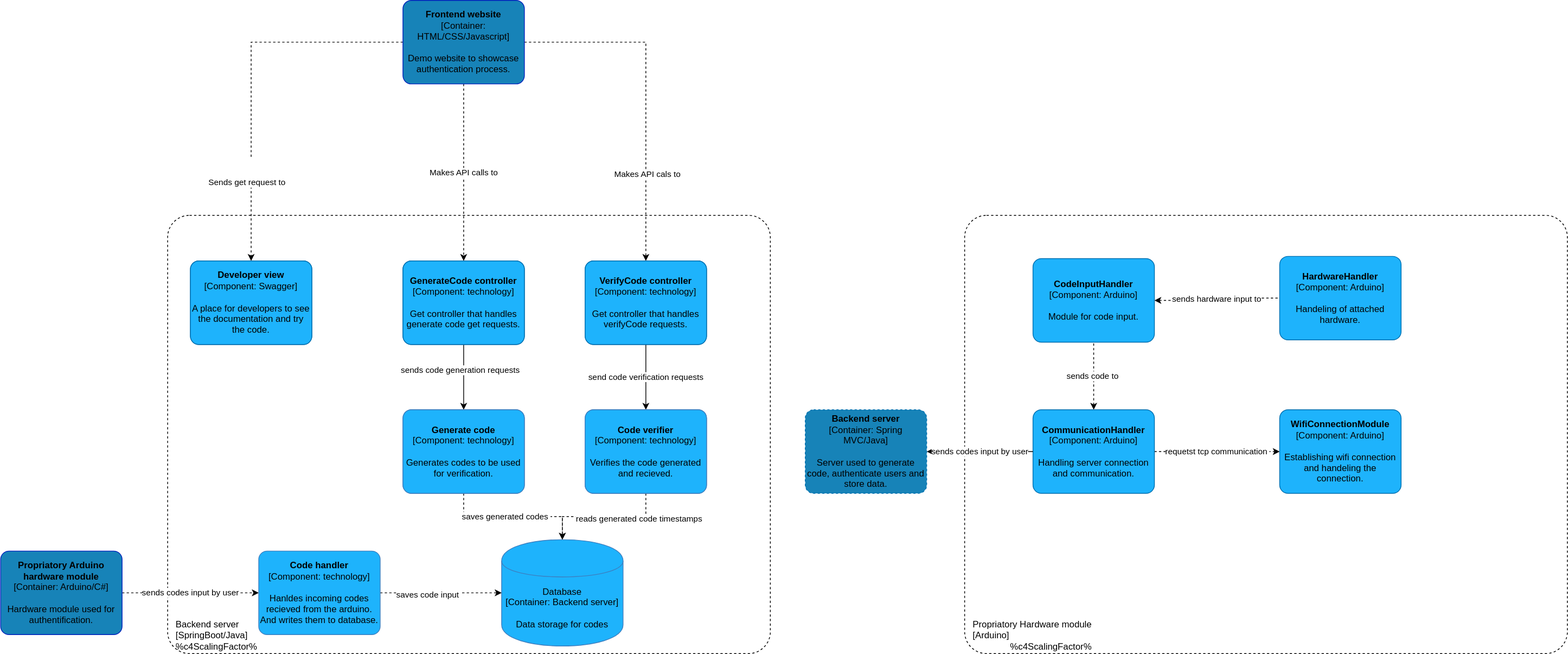
This is c4-diagrams/C3 - Component diagram.svg from 2nd-factor/docs, a draw.io export, as it was before one commit. Source tidied: cells renumbered, new cells last; positions are measured from the earlier drawing's top-left corner, leaving out a move shared by most shapes.
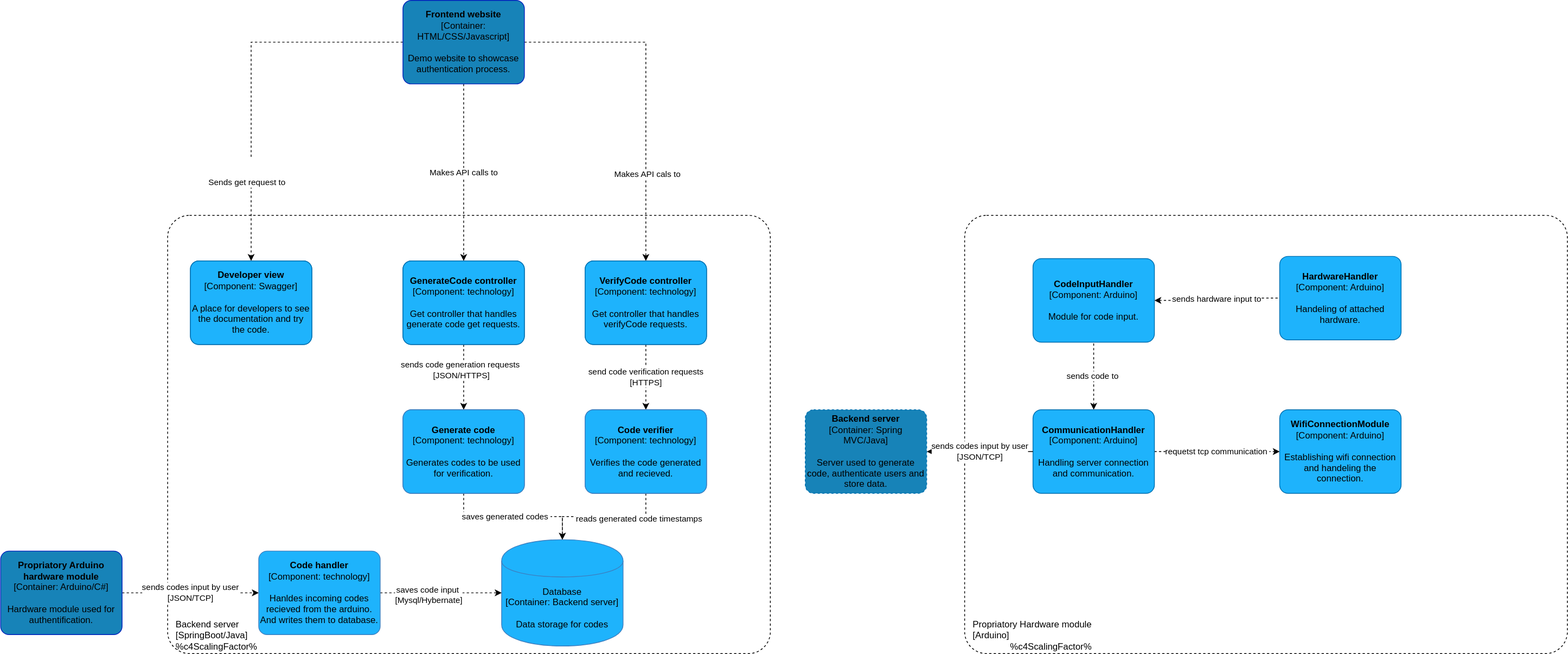
The same diagram one commit later.

The edit, as a diff of the source:
```diff
@@ -12,10 +12,10 @@
         <mxGeometry x="250" y="343" width="160" height="110" as="geometry" />
       </mxCell>
     </object>
-    <mxCell id="4" style="edgeStyle=orthogonalEdgeStyle;rounded=0;jettySize=auto;html=1;startArrow=none;startFill=0;endArrow=classic;endFill=1;" parent="1" edge="1" source="6" target="20">
+    <mxCell id="4" style="edgeStyle=orthogonalEdgeStyle;rounded=0;jettySize=auto;html=1;startArrow=none;startFill=0;endArrow=classic;endFill=1;dashed=1;" parent="1" edge="1" source="6" target="20">
       <mxGeometry relative="1" as="geometry" />
     </mxCell>
-    <mxCell id="5" value="sends code generation requests&amp;nbsp;" style="edgeLabel;html=1;align=center;verticalAlign=middle;" parent="4" vertex="1">
+    <mxCell id="5" value="sends code generation requests&amp;nbsp;&lt;br&gt;[JSON/HTTPS]" style="edgeLabel;html=1;align=center;verticalAlign=middle;" parent="4" vertex="1">
       <mxGeometry x="-0.23" y="-4" relative="1" as="geometry" />
     </mxCell>
     <object id="6" label="&lt;b&gt;%c4Name%&lt;/b&gt;&lt;div&gt;[%c4Type%: %c4Technology%]&lt;/div&gt;&lt;br&gt;&lt;div&gt;%c4Description%&lt;/div&gt;" c4Description="Get controller that handles generate code get requests." c4Name="GenerateCode controller" c4Technology="technology" c4Type="Component" placeholders="1">
@@ -23,7 +23,7 @@
         <mxGeometry x="530" y="343" width="160" height="110" as="geometry" />
       </mxCell>
     </object>
-    <mxCell id="7" value="send code verification requests" style="edgeStyle=orthogonalEdgeStyle;rounded=0;jettySize=auto;html=1;startArrow=none;startFill=0;endArrow=classic;endFill=1;" parent="1" edge="1" source="8" target="23">
+    <mxCell id="7" value="send code verification requests&lt;br&gt;[HTTPS]" style="edgeStyle=orthogonalEdgeStyle;rounded=0;jettySize=auto;html=1;startArrow=none;startFill=0;endArrow=classic;endFill=1;dashed=1;" parent="1" edge="1" source="8" target="23">
       <mxGeometry relative="1" as="geometry" />
     </mxCell>
     <object id="8" label="&lt;b&gt;%c4Name%&lt;/b&gt;&lt;div&gt;[%c4Type%: %c4Technology%]&lt;/div&gt;&lt;br&gt;&lt;div&gt;%c4Description%&lt;/div&gt;" c4Description="Get controller that handles verifyCode requests." c4Name="VerifyCode controller" c4Technology="technology" c4Type="Component" placeholders="1">
@@ -51,7 +51,7 @@
         <mxGeometry x="530" width="160" height="110" as="geometry" />
       </mxCell>
     </object>
-    <mxCell id="15" value="sends codes input by user" style="edgeStyle=orthogonalEdgeStyle;rounded=0;jettySize=auto;html=1;dashed=1;startArrow=none;startFill=0;endArrow=classic;endFill=1;" parent="1" edge="1" source="16" target="26">
+    <mxCell id="15" value="sends codes input by user&lt;br&gt;[JSON/TCP]" style="edgeStyle=orthogonalEdgeStyle;rounded=0;jettySize=auto;html=1;dashed=1;startArrow=none;startFill=0;endArrow=classic;endFill=1;" parent="1" edge="1" source="16" target="26">
       <mxGeometry relative="1" as="geometry" />
     </mxCell>
     <object id="16" label="&lt;b&gt;%c4Name%&lt;/b&gt;&lt;div&gt;[%c4Type%: %c4Technology%]&lt;/div&gt;&lt;br&gt;&lt;div&gt;%c4Description%&lt;/div&gt;" c4Description="Hardware module used for authentification." c4Name="Propriatory Arduino hardware module" c4Technology="Arduino/C#" c4Type="Container" placeholders="1">
@@ -89,7 +89,7 @@
     <mxCell id="24" style="edgeStyle=orthogonalEdgeStyle;rounded=0;jettySize=auto;html=1;dashed=1;startArrow=none;startFill=0;endArrow=classic;endFill=1;" parent="1" edge="1" source="26" target="17">
       <mxGeometry relative="1" as="geometry" />
     </mxCell>
-    <mxCell id="25" value="saves code input&amp;nbsp;" style="edgeLabel;html=1;align=center;verticalAlign=middle;" parent="24" vertex="1">
+    <mxCell id="25" value="saves code input&amp;nbsp;&lt;br&gt;[Mysql/Hybernate]&lt;br&gt;" style="edgeLabel;html=1;align=center;verticalAlign=middle;" parent="24" vertex="1">
       <mxGeometry x="-0.22" y="-2" relative="1" as="geometry" />
     </mxCell>
     <object id="26" label="&lt;b&gt;%c4Name%&lt;/b&gt;&lt;div&gt;[%c4Type%: %c4Technology%]&lt;/div&gt;&lt;br&gt;&lt;div&gt;%c4Description%&lt;/div&gt;" c4Description="Hanldes incoming codes recieved from the arduino. And writes them to database." c4Name="Code handler" c4Technology="technology" c4Type="Component" placeholders="1">
@@ -148,7 +148,7 @@
         <mxGeometry x="1685" y="539" width="160" height="110" as="geometry" />
       </mxCell>
     </object>
-    <mxCell id="38" value="sends codes input by user" style="edgeStyle=orthogonalEdgeStyle;rounded=0;jettySize=auto;html=1;startArrow=classic;startFill=1;endArrow=none;endFill=0;" parent="1" edge="1" source="39" target="35">
+    <mxCell id="38" value="sends codes input by user&lt;br&gt;[JSON/TCP]" style="edgeStyle=orthogonalEdgeStyle;rounded=0;jettySize=auto;html=1;startArrow=classic;startFill=1;endArrow=none;endFill=0;" parent="1" edge="1" source="39" target="35">
       <mxGeometry relative="1" as="geometry" />
     </mxCell>
     <object id="39" label="&lt;b&gt;%c4Name%&lt;/b&gt;&lt;div&gt;[%c4Type%: %c4Technology%]&lt;/div&gt;&lt;br&gt;&lt;div&gt;%c4Description%&lt;/div&gt;" c4Description="Server used to generate code, authenticate users and store data. " c4Name="Backend server" c4Technology="Spring MVC/Java" c4Type="Container" placeholders="1">
```
